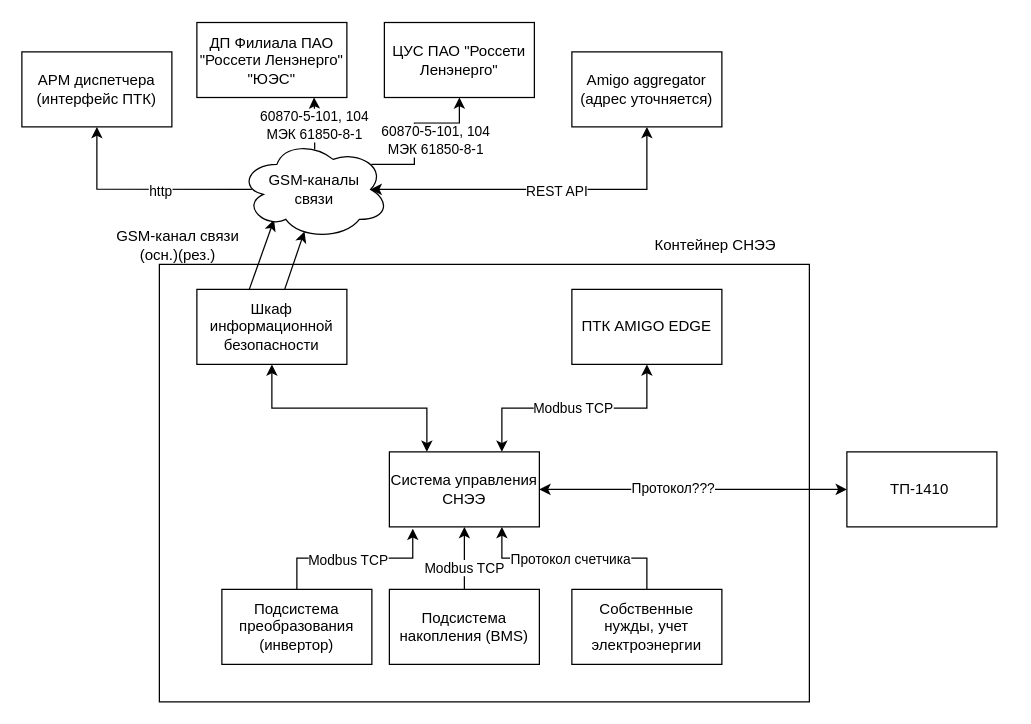
Randyrofed/DrawIO keeps this draw.io diagram as Volts.drawio. Above is the earlier version. Source tidied: cells renumbered, new cells numbered last; positions are measured from the earlier drawing's top-left corner, leaving out a move shared by most shapes. Both pictures are drawn from the tidied source at 125%, with x=0, y=0 at pixel (21, 21).
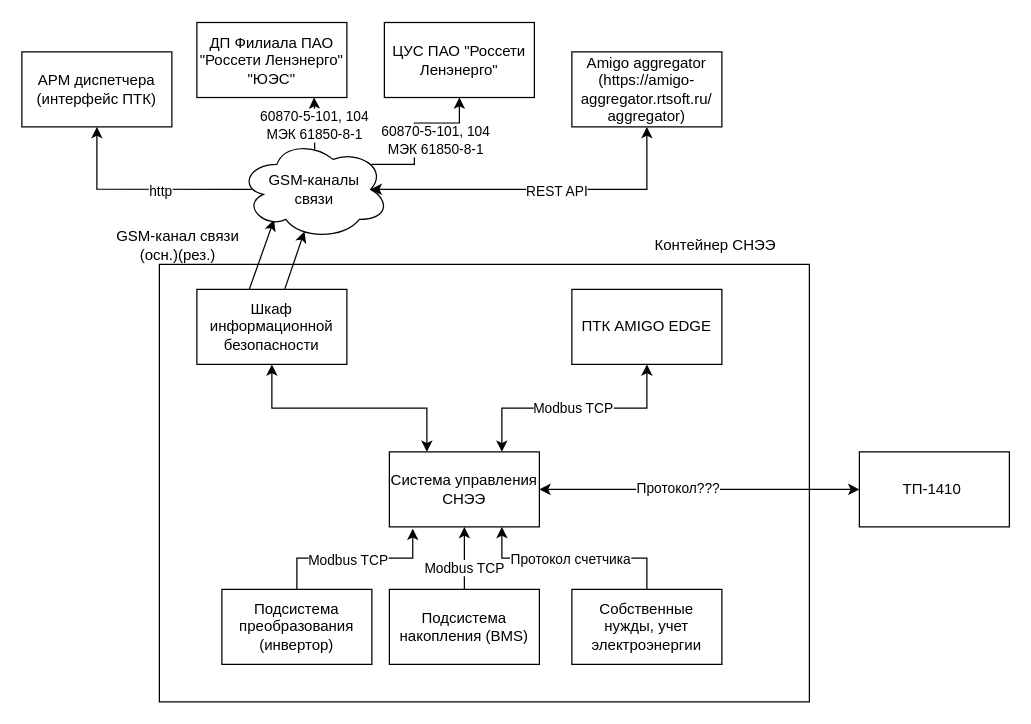
After the change.

What changed in the source:
```diff
@@
     <mxCell id="18" value="ТП-1410&amp;nbsp;" style="rounded=0;whiteSpace=wrap;html=1;" parent="1" vertex="1">
-      <mxGeometry x="660" y="344" width="120" height="60" as="geometry" />
+      <mxGeometry x="670" y="344" width="120" height="60" as="geometry" />
     </mxCell>
@@
-    <mxCell id="25" value="Amigo aggregator&lt;br&gt;(адрес уточняется)" style="rounded=0;whiteSpace=wrap;html=1;" parent="1" vertex="1">
+    <mxCell id="25" value="Amigo aggregator&lt;br&gt;(https://amigo-aggregator.rtsoft.ru/&lt;br&gt;aggregator)" style="rounded=0;whiteSpace=wrap;html=1;" parent="1" vertex="1">
       <mxGeometry x="440" y="24" width="120" height="60" as="geometry" />
     </mxCell>
```
